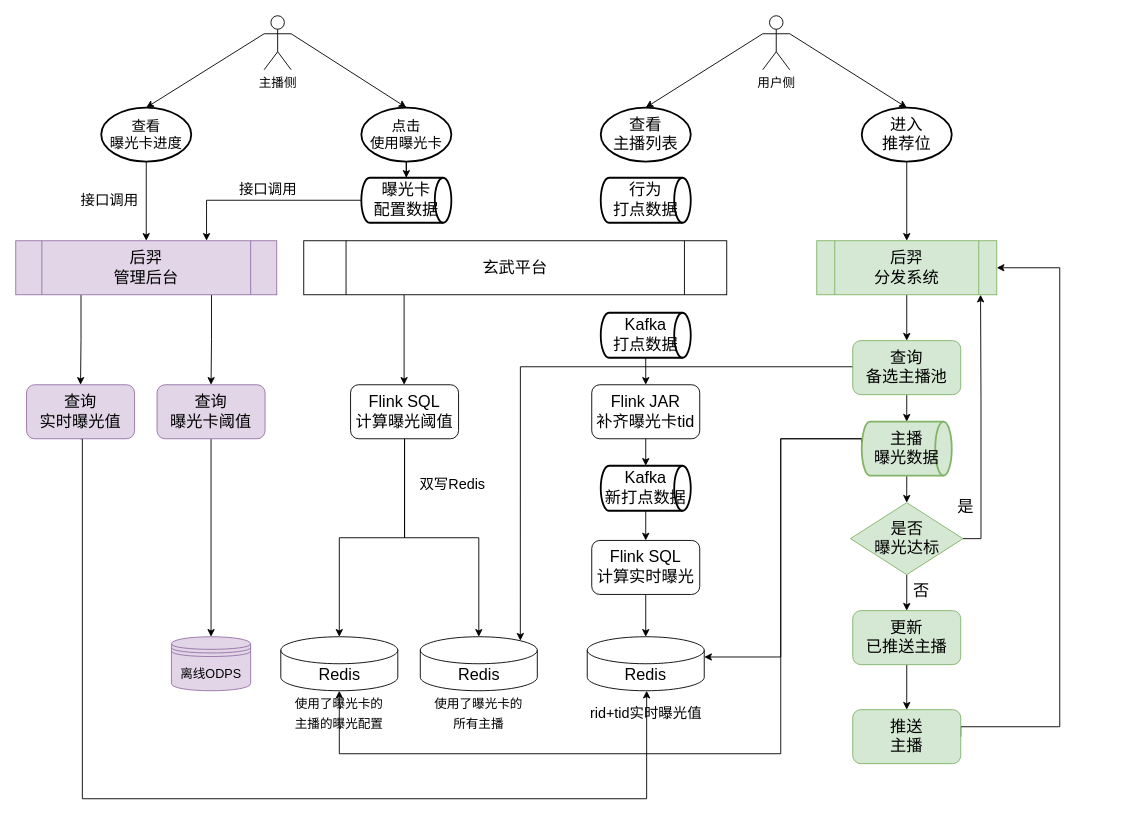
hongweilv-whu/flowCharts keeps this draw.io diagram as 后羿接曝光卡.drawio. Above is the earlier version. Source tidied: cells renumbered, new cells numbered last; positions are measured from the earlier drawing's top-left corner, leaving out a move shared by most shapes. Both pictures are drawn from the tidied source at 90%, with x=0, y=0 at pixel (15, 15).
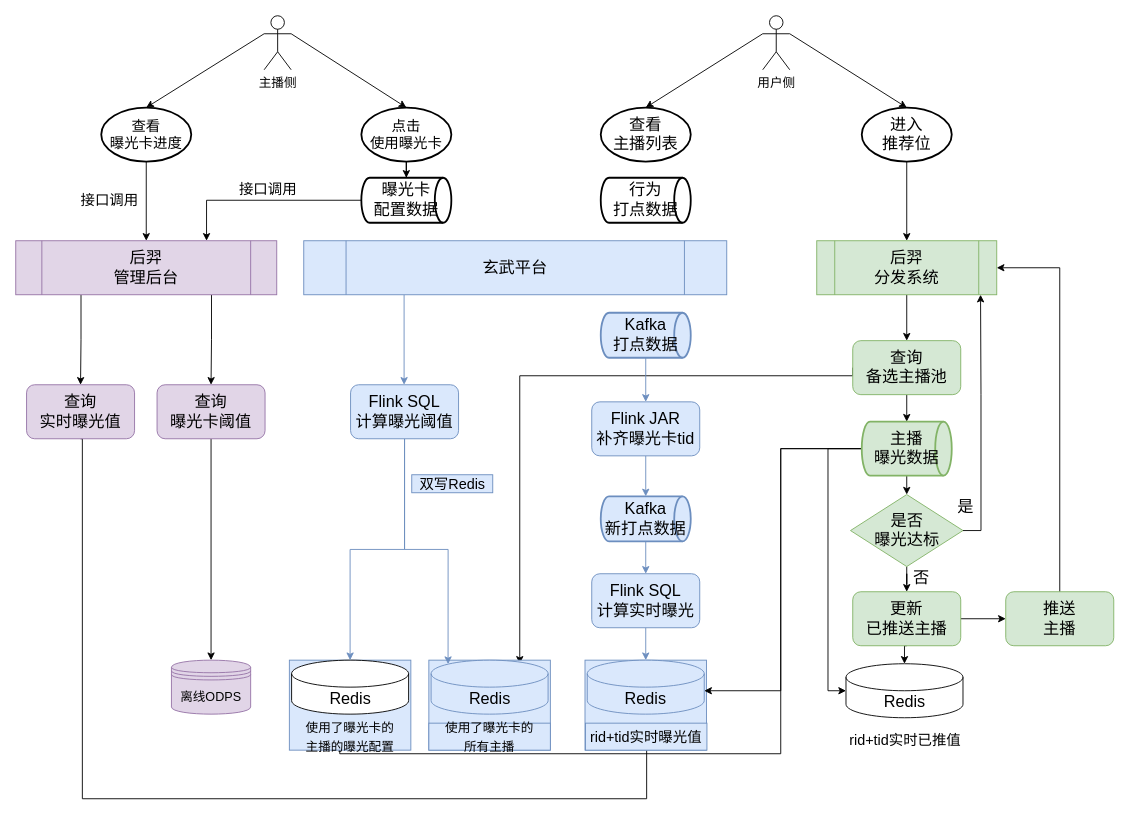
The same page after the edit.

Commit message (it also covers changes not shown here):
Update 后羿接曝光卡.drawio

The change refers to these unchanged cells:
```xml
<mxCell id="11" value="后羿&lt;br&gt;分发系统" style="shape=process;whiteSpace=wrap;html=1;backgroundOutline=1;fontSize=18;fillColor=#d5e8d4;strokeColor=#82b366;" parent="1" vertex="1">
  <mxGeometry x="890" y="250" width="200" height="60" as="geometry" />
</mxCell>
<mxCell id="14" value="&lt;span style=&quot;font-size: 18px;&quot;&gt;查询&lt;br&gt;备选主播池&lt;/span&gt;" style="rounded=1;whiteSpace=wrap;html=1;fontSize=14;fillColor=#d5e8d4;strokeColor=#82b366;" parent="1" vertex="1">
  <mxGeometry x="930" y="361" width="120" height="60" as="geometry" />
</mxCell>
<mxCell id="19" value="Redis" style="shape=cylinder3;whiteSpace=wrap;html=1;boundedLbl=1;backgroundOutline=1;size=15;fontSize=18;" parent="18" vertex="1">
  <mxGeometry x="2.5" width="130" height="60" as="geometry" />
</mxCell>
<mxCell id="47" value="&lt;font style=&quot;font-size: 18px;&quot;&gt;主播&lt;br&gt;曝光数据&lt;/font&gt;" style="strokeWidth=2;html=1;shape=mxgraph.flowchart.direct_data;whiteSpace=wrap;fontSize=16;fillColor=#d5e8d4;strokeColor=#82b366;" parent="1" vertex="1">
  <mxGeometry x="940" y="451" width="100" height="60" as="geometry" />
</mxCell>
```

Change to the diagram source:
```diff
@@
     <mxCell id="2" style="edgeStyle=orthogonalEdgeStyle;rounded=0;jettySize=auto;html=1;exitX=0;exitY=0.5;exitDx=0;exitDy=0;exitPerimeter=0;entryX=0.5;entryY=1;entryDx=0;entryDy=0;entryPerimeter=0;fontSize=16;" parent="1" edge="1" source="47" target="19">
       <mxGeometry relative="1" as="geometry">
         <Array as="points">
-          <mxPoint x="850" y="470" />
+          <mxPoint x="850" y="481" />
           <mxPoint x="850" y="820" />
           <mxPoint x="360" y="820" />
-          <mxPoint x="360" y="750" />
         </Array>
       </mxGeometry>
     </mxCell>
@@
-    <mxCell id="13" style="edgeStyle=orthogonalEdgeStyle;rounded=0;jettySize=auto;html=1;exitX=0;exitY=0.5;exitDx=0;exitDy=0;entryX=0.855;entryY=0;entryDx=0;entryDy=4.35;entryPerimeter=0;fontSize=16;" parent="1" edge="1" source="14" target="16">
-      <mxGeometry relative="1" as="geometry">
-        <Array as="points">
-          <mxPoint x="930" y="390" />
-          <mxPoint x="561" y="390" />
-        </Array>
-      </mxGeometry>
-    </mxCell>
+    <mxCell id="69" style="edgeStyle=orthogonalEdgeStyle;rounded=0;jettySize=auto;html=1;exitX=0;exitY=0.5;exitDx=0;exitDy=0;fontSize=16;" parent="1" edge="1" source="14">
+      <mxGeometry relative="1" as="geometry">
+        <mxPoint x="560" y="720" as="targetPoint" />
+        <Array as="points">
+          <mxPoint x="930" y="400" />
+          <mxPoint x="560" y="400" />
+        </Array>
+      </mxGeometry>
+    </mxCell>
@@
-    <mxCell id="15" style="group;" parent="1" vertex="1">
-      <mxGeometry x="447" y="690" width="135" height="100" as="geometry" />
+    <mxCell id="15" style="group;fillColor=#dae8fc;strokeColor=#6c8ebf;" parent="1" vertex="1">
+      <mxGeometry x="459" y="716" width="135" height="100" as="geometry" />
     </mxCell>
-    <mxCell id="16" value="Redis" style="shape=cylinder3;whiteSpace=wrap;html=1;boundedLbl=1;backgroundOutline=1;size=15;fontSize=18;" parent="15" vertex="1">
+    <mxCell id="16" value="Redis" style="shape=cylinder3;whiteSpace=wrap;html=1;boundedLbl=1;backgroundOutline=1;size=15;fontSize=18;fillColor=#dae8fc;strokeColor=#6c8ebf;" parent="15" vertex="1">
       <mxGeometry x="2.5" width="130" height="60" as="geometry" />
     </mxCell>
-    <mxCell id="17" value="&lt;font style=&quot;font-size: 14px;&quot;&gt;使用了曝光卡的&lt;br&gt;所有主播&lt;/font&gt;" style="text;html=1;strokeColor=none;fillColor=none;align=center;verticalAlign=middle;whiteSpace=wrap;rounded=0;fontSize=18;" parent="15" vertex="1">
+    <mxCell id="17" value="&lt;font style=&quot;font-size: 14px;&quot;&gt;使用了曝光卡的&lt;br&gt;所有主播&lt;/font&gt;" style="text;html=1;strokeColor=#6c8ebf;fillColor=#dae8fc;align=center;verticalAlign=middle;whiteSpace=wrap;rounded=0;fontSize=18;" parent="15" vertex="1">
       <mxGeometry y="70" width="135" height="30" as="geometry" />
     </mxCell>
-    <mxCell id="18" style="group;" parent="1" vertex="1">
-      <mxGeometry x="292" y="690" width="135" height="100" as="geometry" />
+    <mxCell id="18" style="group;fillColor=#dae8fc;strokeColor=#6c8ebf;" parent="1" vertex="1">
+      <mxGeometry x="304" y="716" width="135" height="100" as="geometry" />
     </mxCell>
@@
-    <mxCell id="21" style="group;" parent="1" vertex="1">
-      <mxGeometry x="632.5" y="690" width="135" height="100" as="geometry" />
+    <mxCell id="21" style="group;fillColor=#dae8fc;strokeColor=#6c8ebf;" parent="1" vertex="1">
+      <mxGeometry x="632.5" y="716" width="135" height="100" as="geometry" />
     </mxCell>
-    <mxCell id="22" value="Redis" style="shape=cylinder3;whiteSpace=wrap;html=1;boundedLbl=1;backgroundOutline=1;size=15;fontSize=18;" parent="21" vertex="1">
+    <mxCell id="22" value="Redis" style="shape=cylinder3;whiteSpace=wrap;html=1;boundedLbl=1;backgroundOutline=1;size=15;fontSize=18;fillColor=#dae8fc;strokeColor=#6c8ebf;" parent="21" vertex="1">
       <mxGeometry x="2.5" width="130" height="60" as="geometry" />
     </mxCell>
-    <mxCell id="23" value="&lt;font style=&quot;font-size: 16px;&quot;&gt;rid+tid实时曝光值&lt;/font&gt;" style="text;html=1;strokeColor=none;fillColor=none;align=center;verticalAlign=middle;whiteSpace=wrap;rounded=0;fontSize=18;" parent="21" vertex="1">
+    <mxCell id="23" value="&lt;font style=&quot;font-size: 16px;&quot;&gt;rid+tid实时曝光值&lt;/font&gt;" style="text;html=1;strokeColor=#6c8ebf;fillColor=#dae8fc;align=center;verticalAlign=middle;whiteSpace=wrap;rounded=0;fontSize=18;" parent="21" vertex="1">
       <mxGeometry x="0.5" y="70" width="135" height="30" as="geometry" />
     </mxCell>
@@
     <mxCell id="26" value="&lt;font style=&quot;font-size: 18px;&quot;&gt;是否&lt;br&gt;曝光达标&lt;/font&gt;" style="rhombus;whiteSpace=wrap;html=1;fontSize=14;fillColor=#d5e8d4;strokeColor=#82b366;" parent="1" vertex="1">
-      <mxGeometry x="927.5" y="541" width="125" height="80" as="geometry" />
+      <mxGeometry x="927.5" y="532" width="125" height="80" as="geometry" />
     </mxCell>
-    <mxCell id="27" style="edgeStyle=orthogonalEdgeStyle;rounded=0;jettySize=auto;html=1;exitX=0.5;exitY=1;exitDx=0;exitDy=0;entryX=0.5;entryY=0;entryDx=0;entryDy=0;fontSize=18;" parent="1" edge="1" source="28" target="30">
+    <mxCell id="27" style="edgeStyle=orthogonalEdgeStyle;rounded=0;jettySize=auto;html=1;exitX=1;exitY=0.5;exitDx=0;exitDy=0;entryX=0;entryY=0.5;entryDx=0;entryDy=0;fontSize=16;" parent="1" edge="1" source="28" target="30">
       <mxGeometry relative="1" as="geometry" />
     </mxCell>
+    <mxCell id="70" style="edgeStyle=orthogonalEdgeStyle;rounded=0;jettySize=auto;html=1;exitX=0.5;exitY=1;exitDx=0;exitDy=0;entryX=0.5;entryY=0;entryDx=0;entryDy=0;entryPerimeter=0;fontSize=16;" parent="1" edge="1" source="28" target="73">
+      <mxGeometry relative="1" as="geometry" />
+    </mxCell>
     <mxCell id="28" value="&lt;span style=&quot;font-size: 18px;&quot;&gt;更新&lt;br&gt;&lt;/span&gt;&lt;span style=&quot;font-size: 18px;&quot;&gt;已推送主播&lt;/span&gt;" style="rounded=1;whiteSpace=wrap;html=1;fontSize=14;fillColor=#d5e8d4;strokeColor=#82b366;" parent="1" vertex="1">
-      <mxGeometry x="930" y="661" width="120" height="60" as="geometry" />
+      <mxGeometry x="930" y="640" width="120" height="60" as="geometry" />
     </mxCell>
-    <mxCell id="29" style="edgeStyle=orthogonalEdgeStyle;rounded=0;jettySize=auto;html=1;exitX=1;exitY=0.5;exitDx=0;exitDy=0;entryX=1;entryY=0.5;entryDx=0;entryDy=0;fontSize=18;" parent="1" edge="1" source="30" target="11">
-      <mxGeometry relative="1" as="geometry">
-        <Array as="points">
-          <mxPoint x="1160" y="790" />
-          <mxPoint x="1160" y="280" />
-        </Array>
-      </mxGeometry>
+    <mxCell id="29" style="edgeStyle=orthogonalEdgeStyle;rounded=0;jettySize=auto;html=1;exitX=0.5;exitY=0;exitDx=0;exitDy=0;entryX=1;entryY=0.5;entryDx=0;entryDy=0;fontSize=16;" parent="1" edge="1" source="30" target="11">
+      <mxGeometry relative="1" as="geometry" />
     </mxCell>
     <mxCell id="30" value="&lt;span style=&quot;font-size: 18px;&quot;&gt;推送&lt;br&gt;主播&lt;/span&gt;" style="rounded=1;whiteSpace=wrap;html=1;fontSize=14;fillColor=#d5e8d4;strokeColor=#82b366;" parent="1" vertex="1">
-      <mxGeometry x="930" y="771" width="120" height="60" as="geometry" />
+      <mxGeometry x="1100" y="640" width="120" height="60" as="geometry" />
     </mxCell>
-    <mxCell id="31" style="edgeStyle=orthogonalEdgeStyle;rounded=0;jettySize=auto;html=1;exitX=0.5;exitY=1;exitDx=0;exitDy=0;entryX=0.5;entryY=0;entryDx=0;entryDy=0;entryPerimeter=0;fontSize=18;" parent="1" edge="1" source="32" target="53">
+    <mxCell id="31" style="edgeStyle=orthogonalEdgeStyle;rounded=0;jettySize=auto;html=1;exitX=0.5;exitY=1;exitDx=0;exitDy=0;entryX=0.5;entryY=0;entryDx=0;entryDy=0;entryPerimeter=0;fontSize=18;fillColor=#dae8fc;strokeColor=#6c8ebf;" parent="1" edge="1" source="32" target="53">
       <mxGeometry relative="1" as="geometry" />
     </mxCell>
-    <mxCell id="32" value="&lt;span style=&quot;font-size: 18px;&quot;&gt;Flink JAR&lt;br&gt;补齐曝光卡tid&lt;br&gt;&lt;/span&gt;" style="rounded=1;whiteSpace=wrap;html=1;fontSize=14;" parent="1" vertex="1">
-      <mxGeometry x="640" y="410" width="120" height="60" as="geometry" />
+    <mxCell id="32" value="&lt;span style=&quot;font-size: 18px;&quot;&gt;Flink JAR&lt;br&gt;补齐曝光卡tid&lt;br&gt;&lt;/span&gt;" style="rounded=1;whiteSpace=wrap;html=1;fontSize=14;fillColor=#dae8fc;strokeColor=#6c8ebf;" parent="1" vertex="1">
+      <mxGeometry x="640" y="429" width="120" height="60" as="geometry" />
     </mxCell>
-    <mxCell id="33" style="edgeStyle=orthogonalEdgeStyle;rounded=0;jettySize=auto;html=1;exitX=0.5;exitY=1;exitDx=0;exitDy=0;entryX=0.5;entryY=0;entryDx=0;entryDy=0;entryPerimeter=0;fontSize=18;" parent="1" edge="1" source="34" target="22">
+    <mxCell id="33" style="edgeStyle=orthogonalEdgeStyle;rounded=0;jettySize=auto;html=1;exitX=0.5;exitY=1;exitDx=0;exitDy=0;entryX=0.5;entryY=0;entryDx=0;entryDy=0;entryPerimeter=0;fontSize=18;fillColor=#dae8fc;strokeColor=#6c8ebf;" parent="1" edge="1" source="34" target="22">
       <mxGeometry relative="1" as="geometry" />
     </mxCell>
-    <mxCell id="34" value="&lt;span style=&quot;font-size: 18px;&quot;&gt;Flink SQL&lt;br&gt;计算实时曝光&lt;br&gt;&lt;/span&gt;" style="rounded=1;whiteSpace=wrap;html=1;fontSize=14;" parent="1" vertex="1">
-      <mxGeometry x="640" y="583" width="120" height="60" as="geometry" />
+    <mxCell id="34" value="&lt;span style=&quot;font-size: 18px;&quot;&gt;Flink SQL&lt;br&gt;计算实时曝光&lt;br&gt;&lt;/span&gt;" style="rounded=1;whiteSpace=wrap;html=1;fontSize=14;fillColor=#dae8fc;strokeColor=#6c8ebf;" parent="1" vertex="1">
+      <mxGeometry x="640" y="620" width="120" height="60" as="geometry" />
     </mxCell>
     <mxCell id="35" value="&lt;font style=&quot;font-size: 14px;&quot;&gt;离线ODPS&lt;/font&gt;" style="shape=datastore;whiteSpace=wrap;html=1;fontSize=18;fillColor=#e1d5e7;strokeColor=#9673a6;" parent="1" vertex="1">
-      <mxGeometry x="173" y="690" width="88" height="60" as="geometry" />
+      <mxGeometry x="173" y="716" width="88" height="60" as="geometry" />
     </mxCell>
-    <mxCell id="36" style="edgeStyle=orthogonalEdgeStyle;rounded=0;jettySize=auto;html=1;exitX=0.25;exitY=1;exitDx=0;exitDy=0;fontSize=16;" parent="1" edge="1" target="59">
+    <mxCell id="36" style="edgeStyle=orthogonalEdgeStyle;rounded=0;jettySize=auto;html=1;exitX=0.25;exitY=1;exitDx=0;exitDy=0;fontSize=16;fillColor=#dae8fc;strokeColor=#6c8ebf;" parent="1" edge="1" target="59">
       <mxGeometry relative="1" as="geometry">
         <mxPoint x="431.5" y="310" as="sourcePoint" />
       </mxGeometry>
     </mxCell>
-    <mxCell id="37" value="玄武平台" style="shape=process;whiteSpace=wrap;html=1;backgroundOutline=1;fontSize=18;" parent="1" vertex="1">
+    <mxCell id="37" value="玄武平台" style="shape=process;whiteSpace=wrap;html=1;backgroundOutline=1;fontSize=18;fillColor=#dae8fc;strokeColor=#6c8ebf;" parent="1" vertex="1">
       <mxGeometry x="320" y="250" width="470" height="60" as="geometry" />
     </mxCell>
@@
-    <mxCell id="46" style="edgeStyle=orthogonalEdgeStyle;rounded=0;jettySize=auto;html=1;exitX=0;exitY=0.5;exitDx=0;exitDy=0;exitPerimeter=0;entryX=1;entryY=0;entryDx=0;entryDy=22.5;entryPerimeter=0;fontSize=16;" parent="1" edge="1" source="47" target="22">
+    <mxCell id="46" style="edgeStyle=orthogonalEdgeStyle;rounded=0;jettySize=auto;html=1;exitX=0;exitY=0.5;exitDx=0;exitDy=0;exitPerimeter=0;fontSize=16;" parent="1" edge="1" source="47">
       <mxGeometry relative="1" as="geometry">
+        <mxPoint x="765" y="750" as="targetPoint" />
         <Array as="points">
-          <mxPoint x="850" y="470" />
-          <mxPoint x="850" y="713" />
+          <mxPoint x="850" y="481" />
+          <mxPoint x="850" y="750" />
         </Array>
       </mxGeometry>
     </mxCell>
+    <mxCell id="71" style="edgeStyle=orthogonalEdgeStyle;rounded=0;jettySize=auto;html=1;exitX=0;exitY=0.5;exitDx=0;exitDy=0;exitPerimeter=0;entryX=0;entryY=0.5;entryDx=0;entryDy=0;entryPerimeter=0;fontSize=16;" parent="1" edge="1" source="47" target="73">
+      <mxGeometry relative="1" as="geometry" />
+    </mxCell>
@@
     <mxCell id="48" value="否" style="text;html=1;align=center;verticalAlign=middle;strokeColor=none;fillColor=none;fontSize=18;" parent="1" vertex="1">
-      <mxGeometry x="991" y="624" width="30" height="30" as="geometry" />
+      <mxGeometry x="991" y="610" width="30" height="30" as="geometry" />
     </mxCell>
@@
-    <mxCell id="50" style="edgeStyle=orthogonalEdgeStyle;rounded=0;jettySize=auto;html=1;exitX=0.5;exitY=1;exitDx=0;exitDy=0;exitPerimeter=0;entryX=0.5;entryY=0;entryDx=0;entryDy=0;fontSize=18;" parent="1" edge="1" source="51" target="32">
+    <mxCell id="50" style="edgeStyle=orthogonalEdgeStyle;rounded=0;jettySize=auto;html=1;exitX=0.5;exitY=1;exitDx=0;exitDy=0;exitPerimeter=0;entryX=0.5;entryY=0;entryDx=0;entryDy=0;fontSize=18;fillColor=#dae8fc;strokeColor=#6c8ebf;" parent="1" edge="1" source="51" target="32">
       <mxGeometry relative="1" as="geometry" />
     </mxCell>
-    <mxCell id="51" value="&lt;span style=&quot;font-size: 18px;&quot;&gt;Kafka&lt;br&gt;打点数据&lt;/span&gt;" style="strokeWidth=2;html=1;shape=mxgraph.flowchart.direct_data;whiteSpace=wrap;fontSize=16;" parent="1" vertex="1">
+    <mxCell id="51" value="&lt;span style=&quot;font-size: 18px;&quot;&gt;Kafka&lt;br&gt;打点数据&lt;/span&gt;" style="strokeWidth=2;html=1;shape=mxgraph.flowchart.direct_data;whiteSpace=wrap;fontSize=16;fillColor=#dae8fc;strokeColor=#6c8ebf;" parent="1" vertex="1">
       <mxGeometry x="650" y="330" width="100" height="50" as="geometry" />
     </mxCell>
-    <mxCell id="52" style="edgeStyle=orthogonalEdgeStyle;rounded=0;jettySize=auto;html=1;exitX=0.5;exitY=1;exitDx=0;exitDy=0;exitPerimeter=0;entryX=0.5;entryY=0;entryDx=0;entryDy=0;fontSize=18;" parent="1" edge="1" source="53" target="34">
+    <mxCell id="52" style="edgeStyle=orthogonalEdgeStyle;rounded=0;jettySize=auto;html=1;exitX=0.5;exitY=1;exitDx=0;exitDy=0;exitPerimeter=0;entryX=0.5;entryY=0;entryDx=0;entryDy=0;fontSize=18;fillColor=#dae8fc;strokeColor=#6c8ebf;" parent="1" edge="1" source="53" target="34">
       <mxGeometry relative="1" as="geometry" />
     </mxCell>
-    <mxCell id="53" value="&lt;span style=&quot;font-size: 18px;&quot;&gt;Kafka&lt;br&gt;新打点数据&lt;/span&gt;" style="strokeWidth=2;html=1;shape=mxgraph.flowchart.direct_data;whiteSpace=wrap;fontSize=16;" parent="1" vertex="1">
-      <mxGeometry x="650" y="500" width="100" height="50" as="geometry" />
+    <mxCell id="53" value="&lt;span style=&quot;font-size: 18px;&quot;&gt;Kafka&lt;br&gt;新打点数据&lt;/span&gt;" style="strokeWidth=2;html=1;shape=mxgraph.flowchart.direct_data;whiteSpace=wrap;fontSize=16;fillColor=#dae8fc;strokeColor=#6c8ebf;" parent="1" vertex="1">
+      <mxGeometry x="650" y="534" width="100" height="50" as="geometry" />
     </mxCell>
@@
-    <mxCell id="57" style="edgeStyle=orthogonalEdgeStyle;rounded=0;jettySize=auto;html=1;exitX=0.5;exitY=1;exitDx=0;exitDy=0;fontSize=16;" parent="1" edge="1" source="59" target="19">
+    <mxCell id="57" style="edgeStyle=orthogonalEdgeStyle;rounded=0;jettySize=auto;html=1;exitX=0.5;exitY=1;exitDx=0;exitDy=0;fontSize=16;fillColor=#dae8fc;strokeColor=#6c8ebf;" parent="1" edge="1" source="59" target="19">
       <mxGeometry relative="1" as="geometry" />
     </mxCell>
-    <mxCell id="58" style="edgeStyle=orthogonalEdgeStyle;rounded=0;jettySize=auto;html=1;exitX=0.5;exitY=1;exitDx=0;exitDy=0;entryX=0.5;entryY=0;entryDx=0;entryDy=0;entryPerimeter=0;fontSize=16;" parent="1" edge="1" source="59" target="16">
+    <mxCell id="58" style="edgeStyle=orthogonalEdgeStyle;rounded=0;jettySize=auto;html=1;exitX=0.5;exitY=1;exitDx=0;exitDy=0;entryX=0.145;entryY=0;entryDx=0;entryDy=4.35;entryPerimeter=0;fontSize=16;fillColor=#dae8fc;strokeColor=#6c8ebf;" parent="1" edge="1" source="59" target="16">
       <mxGeometry relative="1" as="geometry" />
     </mxCell>
-    <mxCell id="59" value="&lt;span style=&quot;font-size: 18px;&quot;&gt;Flink SQL&lt;br&gt;计算曝光阈值&lt;br&gt;&lt;/span&gt;" style="rounded=1;whiteSpace=wrap;html=1;fontSize=14;" parent="1" vertex="1">
+    <mxCell id="59" value="&lt;span style=&quot;font-size: 18px;&quot;&gt;Flink SQL&lt;br&gt;计算曝光阈值&lt;br&gt;&lt;/span&gt;" style="rounded=1;whiteSpace=wrap;html=1;fontSize=14;fillColor=#dae8fc;strokeColor=#6c8ebf;" parent="1" vertex="1">
       <mxGeometry x="372" y="410" width="120" height="60" as="geometry" />
     </mxCell>
-    <mxCell id="60" value="双写Redis" style="text;html=1;align=center;verticalAlign=middle;strokeColor=none;fillColor=none;fontSize=16;" parent="1" vertex="1">
+    <mxCell id="60" value="双写Redis" style="text;html=1;align=center;verticalAlign=middle;strokeColor=#6c8ebf;fillColor=#dae8fc;fontSize=16;" parent="1" vertex="1">
       <mxGeometry x="440" y="510" width="90" height="20" as="geometry" />
     </mxCell>
@@
+    <mxCell id="72" style="group;" parent="1" vertex="1">
+      <mxGeometry x="920" y="720" width="135" height="100" as="geometry" />
+    </mxCell>
+    <mxCell id="73" value="Redis" style="shape=cylinder3;whiteSpace=wrap;html=1;boundedLbl=1;backgroundOutline=1;size=15;fontSize=18;" parent="72" vertex="1">
+      <mxGeometry x="2.5" width="130" height="60" as="geometry" />
+    </mxCell>
+    <mxCell id="74" value="&lt;font style=&quot;font-size: 16px;&quot;&gt;rid+tid实时已推值&lt;/font&gt;" style="text;html=1;strokeColor=none;fillColor=none;align=center;verticalAlign=middle;whiteSpace=wrap;rounded=0;fontSize=18;" parent="72" vertex="1">
+      <mxGeometry x="0.5" y="70" width="135" height="30" as="geometry" />
+    </mxCell>
```
